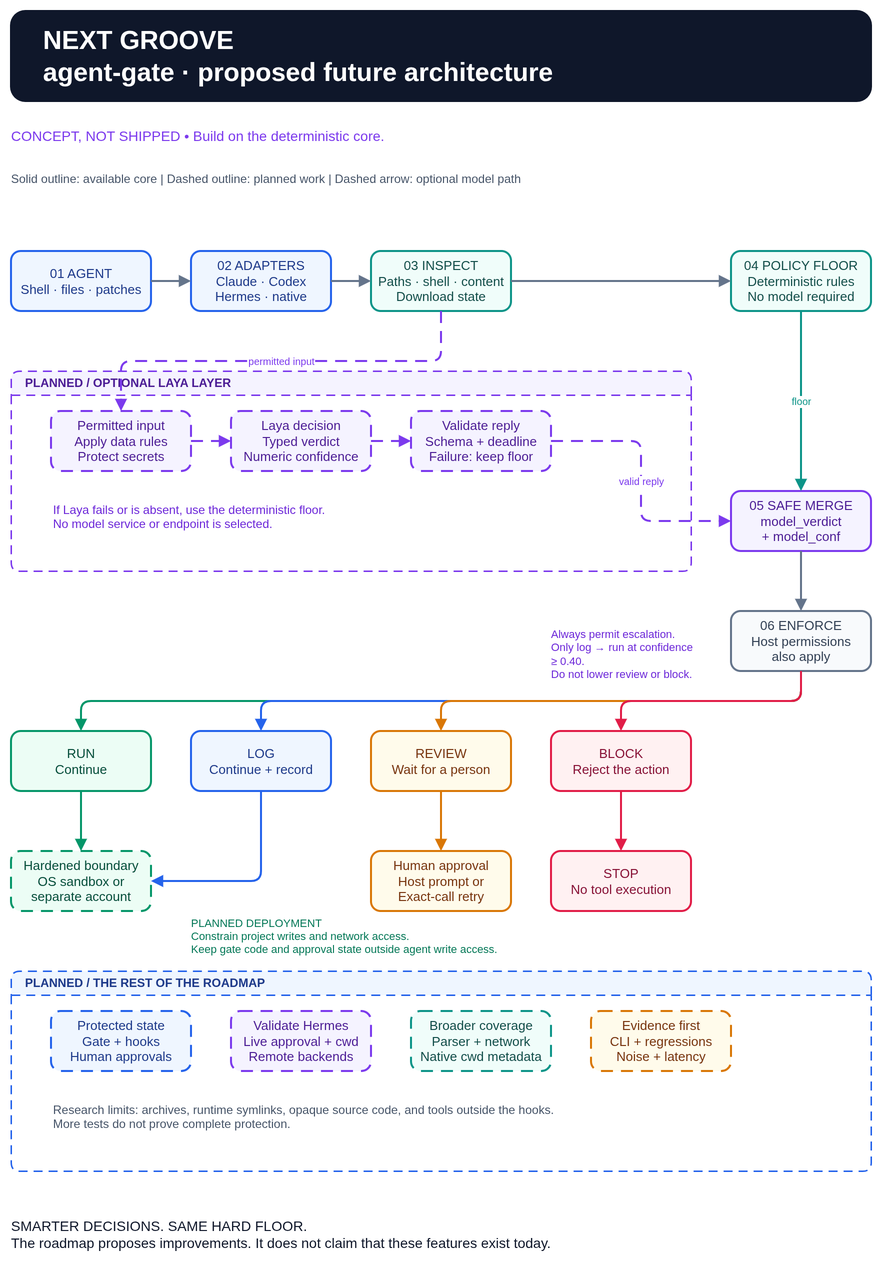
Above: agent-gate-future-state.drawio.png in subhashdasyam/agent-gate (draw.io), before the change. Source tidied: cells renumbered, new cells last; positions are measured from the earlier drawing's top-left corner, leaving out a move shared by most shapes.
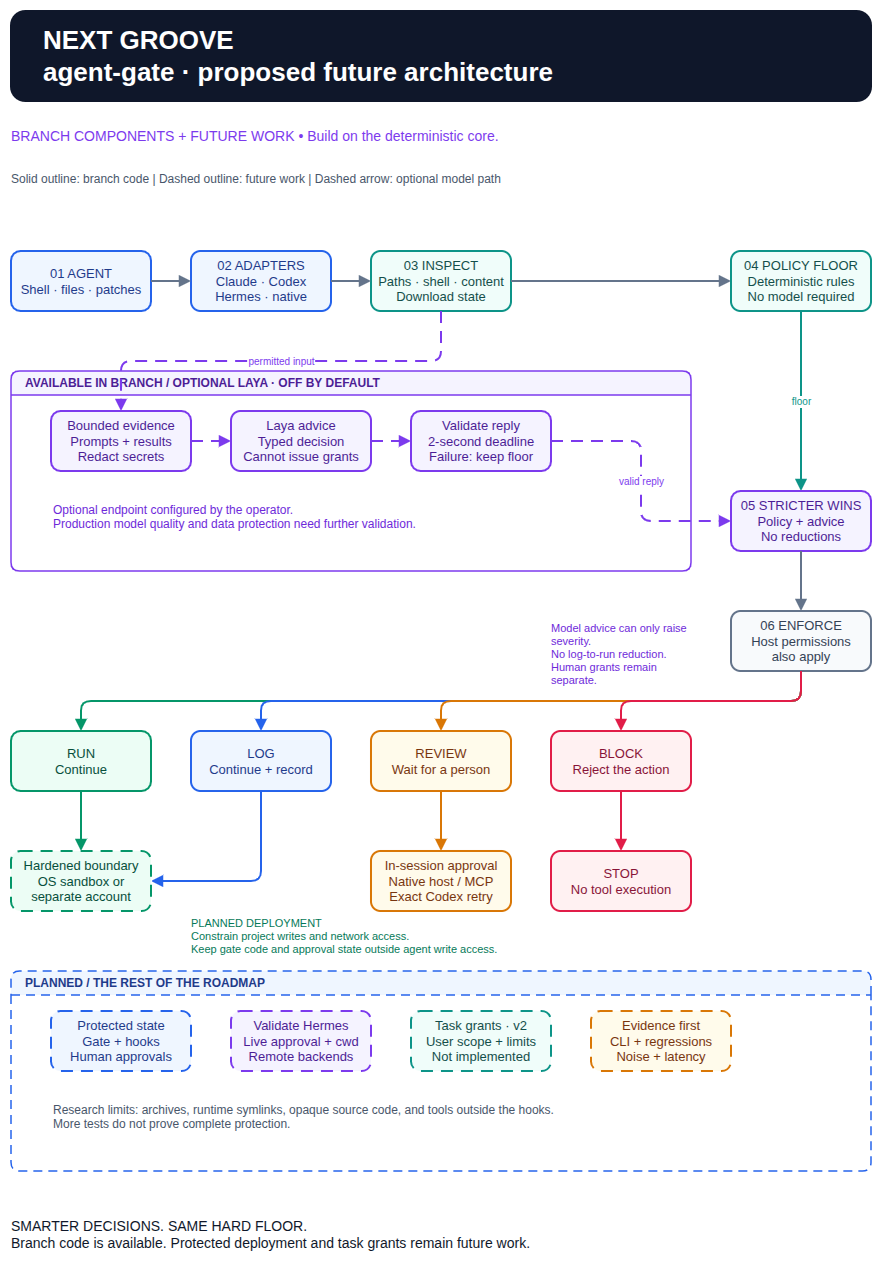
The same diagram one commit later.

The edit, as a diff of the source:
```diff
@@ -5,10 +5,10 @@
     <mxCell id="2" value="NEXT GROOVE&#10;agent-gate · proposed future architecture" style="rounded=1;arcSize=16;whiteSpace=wrap;html=1;fontFamily=Helvetica;fontSize=13;spacing=8;strokeWidth=2;align=center;verticalAlign=middle;fillColor=#0F172A;strokeColor=#0F172A;fontColor=#FFFFFF;fontSize=26;fontStyle=1;align=left;spacingLeft=24;" parent="1" vertex="1">
       <mxGeometry width="860" height="90" as="geometry" />
     </mxCell>
-    <mxCell id="3" value="CONCEPT, NOT SHIPPED  •  Build on the deterministic core." style="text;html=1;whiteSpace=wrap;align=left;verticalAlign=middle;fontFamily=Helvetica;fontSize=14;fontColor=#7C3AED;spacing=0;strokeColor=none;fillColor=none;" parent="1" vertex="1">
+    <mxCell id="3" value="BRANCH COMPONENTS + FUTURE WORK  •  Build on the deterministic core." style="text;html=1;whiteSpace=wrap;align=left;verticalAlign=middle;fontFamily=Helvetica;fontSize=14;fontColor=#7C3AED;spacing=0;strokeColor=none;fillColor=none;" parent="1" vertex="1">
       <mxGeometry y="110" width="860" height="30" as="geometry" />
     </mxCell>
-    <mxCell id="4" value="Solid outline: available core    |    Dashed outline: planned work    |    Dashed arrow: optional model path" style="text;html=1;whiteSpace=wrap;align=left;verticalAlign=middle;fontFamily=Helvetica;fontSize=12;fontColor=#475569;spacing=0;strokeColor=none;fillColor=none;" parent="1" vertex="1">
+    <mxCell id="4" value="Solid outline: branch code    |    Dashed outline: future work    |    Dashed arrow: optional model path" style="text;html=1;whiteSpace=wrap;align=left;verticalAlign=middle;fontFamily=Helvetica;fontSize=12;fontColor=#475569;spacing=0;strokeColor=none;fillColor=none;" parent="1" vertex="1">
       <mxGeometry y="150" width="860" height="35" as="geometry" />
     </mxCell>
     <mxCell id="5" value="01  AGENT&#10;Shell · files · patches" style="rounded=1;arcSize=16;whiteSpace=wrap;html=1;fontFamily=Helvetica;fontSize=13;spacing=8;strokeWidth=2;align=center;verticalAlign=middle;fillColor=#EFF6FF;strokeColor=#2563EB;fontColor=#1E3A8A;" parent="1" vertex="1">
@@ -23,25 +23,25 @@
     <mxCell id="8" value="04  POLICY FLOOR&#10;Deterministic rules&#10;No model required" style="rounded=1;arcSize=16;whiteSpace=wrap;html=1;fontFamily=Helvetica;fontSize=13;spacing=8;strokeWidth=2;align=center;verticalAlign=middle;fillColor=#F0FDFA;strokeColor=#0D9488;fontColor=#134E4A;" parent="1" vertex="1">
       <mxGeometry x="720" y="240" width="140" height="60" as="geometry" />
     </mxCell>
-    <mxCell id="9" value="PLANNED  /  OPTIONAL LAYA LAYER" style="swimlane;startSize=24;horizontal=1;rounded=1;arcSize=12;html=1;fontFamily=Helvetica;fontSize=12;fontStyle=1;align=left;spacingLeft=12;fillColor=#F5F3FF;swimlaneFillColor=#FFFFFF;strokeColor=#7C3AED;fontColor=#4C1D95;strokeWidth=1.5;dashed=1;dashPattern=6 4;" parent="1" vertex="1">
+    <mxCell id="9" value="AVAILABLE IN BRANCH / OPTIONAL LAYA · OFF BY DEFAULT" style="swimlane;startSize=24;horizontal=1;rounded=1;arcSize=12;html=1;fontFamily=Helvetica;fontSize=12;fontStyle=1;align=left;spacingLeft=12;fillColor=#F5F3FF;swimlaneFillColor=#FFFFFF;strokeColor=#7C3AED;fontColor=#4C1D95;strokeWidth=1.5;" parent="1" vertex="1">
       <mxGeometry y="360" width="680" height="200" as="geometry" />
     </mxCell>
-    <mxCell id="10" value="Permitted input&#10;Apply data rules&#10;Protect secrets" style="rounded=1;arcSize=16;whiteSpace=wrap;html=1;fontFamily=Helvetica;fontSize=13;spacing=8;strokeWidth=2;align=center;verticalAlign=middle;fillColor=#F5F3FF;strokeColor=#7C3AED;fontColor=#4C1D95;dashed=1;dashPattern=6 4;" parent="9" vertex="1">
+    <mxCell id="10" value="Bounded evidence&#10;Prompts + results&#10;Redact secrets" style="rounded=1;arcSize=16;whiteSpace=wrap;html=1;fontFamily=Helvetica;fontSize=13;spacing=8;strokeWidth=2;align=center;verticalAlign=middle;fillColor=#F5F3FF;strokeColor=#7C3AED;fontColor=#4C1D95;" parent="9" vertex="1">
       <mxGeometry x="40" y="40" width="140" height="60" as="geometry" />
     </mxCell>
-    <mxCell id="11" value="Laya decision&#10;Typed verdict&#10;Numeric confidence" style="rounded=1;arcSize=16;whiteSpace=wrap;html=1;fontFamily=Helvetica;fontSize=13;spacing=8;strokeWidth=2;align=center;verticalAlign=middle;fillColor=#F5F3FF;strokeColor=#7C3AED;fontColor=#4C1D95;dashed=1;dashPattern=6 4;" parent="9" vertex="1">
+    <mxCell id="11" value="Laya advice&#10;Typed decision&#10;Cannot issue grants" style="rounded=1;arcSize=16;whiteSpace=wrap;html=1;fontFamily=Helvetica;fontSize=13;spacing=8;strokeWidth=2;align=center;verticalAlign=middle;fillColor=#F5F3FF;strokeColor=#7C3AED;fontColor=#4C1D95;" parent="9" vertex="1">
       <mxGeometry x="220" y="40" width="140" height="60" as="geometry" />
     </mxCell>
-    <mxCell id="12" value="Validate reply&#10;Schema + deadline&#10;Failure: keep floor" style="rounded=1;arcSize=16;whiteSpace=wrap;html=1;fontFamily=Helvetica;fontSize=13;spacing=8;strokeWidth=2;align=center;verticalAlign=middle;fillColor=#F5F3FF;strokeColor=#7C3AED;fontColor=#4C1D95;dashed=1;dashPattern=6 4;" parent="9" vertex="1">
+    <mxCell id="12" value="Validate reply&#10;2-second deadline&#10;Failure: keep floor" style="rounded=1;arcSize=16;whiteSpace=wrap;html=1;fontFamily=Helvetica;fontSize=13;spacing=8;strokeWidth=2;align=center;verticalAlign=middle;fillColor=#F5F3FF;strokeColor=#7C3AED;fontColor=#4C1D95;" parent="9" vertex="1">
       <mxGeometry x="400" y="40" width="140" height="60" as="geometry" />
     </mxCell>
-    <mxCell id="13" value="If Laya fails or is absent, use the deterministic floor.&#10;No model service or endpoint is selected." style="text;html=1;whiteSpace=wrap;align=left;fontFamily=Helvetica;fontSize=12;fontColor=#6D28D9;strokeColor=none;fillColor=none;" parent="9" vertex="1">
+    <mxCell id="13" value="Optional endpoint configured by the operator.&#10;Production model quality and data protection need further validation." style="text;html=1;whiteSpace=wrap;align=left;fontFamily=Helvetica;fontSize=12;fontColor=#6D28D9;strokeColor=none;fillColor=none;" parent="9" vertex="1">
       <mxGeometry x="40" y="125" width="580" height="50" as="geometry" />
     </mxCell>
-    <mxCell id="14" value="05  SAFE MERGE&#10;model_verdict&#10;+ model_conf" style="rounded=1;arcSize=16;whiteSpace=wrap;html=1;fontFamily=Helvetica;fontSize=13;spacing=8;strokeWidth=2;align=center;verticalAlign=middle;fillColor=#F5F3FF;strokeColor=#7C3AED;fontColor=#4C1D95;" parent="1" vertex="1">
+    <mxCell id="14" value="05  STRICTER WINS&#10;Policy + advice&#10;No reductions" style="rounded=1;arcSize=16;whiteSpace=wrap;html=1;fontFamily=Helvetica;fontSize=13;spacing=8;strokeWidth=2;align=center;verticalAlign=middle;fillColor=#F5F3FF;strokeColor=#7C3AED;fontColor=#4C1D95;" parent="1" vertex="1">
       <mxGeometry x="720" y="480" width="140" height="60" as="geometry" />
     </mxCell>
-    <mxCell id="15" value="Always permit escalation.&#10;Only log → run at confidence ≥ 0.40.&#10;Do not lower review or block." style="text;html=1;whiteSpace=wrap;align=left;verticalAlign=middle;fontFamily=Helvetica;fontSize=11;fontColor=#6D28D9;spacing=0;strokeColor=none;fillColor=none;" parent="1" vertex="1">
+    <mxCell id="15" value="Model advice can only raise severity.&#10;No log-to-run reduction.&#10;Human grants remain separate." style="text;html=1;whiteSpace=wrap;align=left;verticalAlign=middle;fontFamily=Helvetica;fontSize=11;fontColor=#6D28D9;spacing=0;strokeColor=none;fillColor=none;" parent="1" vertex="1">
       <mxGeometry x="540" y="600" width="140" height="85" as="geometry" />
     </mxCell>
     <mxCell id="16" value="06  ENFORCE&#10;Host permissions&#10;also apply" style="rounded=1;arcSize=16;whiteSpace=wrap;html=1;fontFamily=Helvetica;fontSize=13;spacing=8;strokeWidth=2;align=center;verticalAlign=middle;fillColor=#F8FAFC;strokeColor=#64748B;fontColor=#334155;" parent="1" vertex="1">
@@ -62,7 +62,7 @@
     <mxCell id="21" value="Hardened boundary&#10;OS sandbox or&#10;separate account" style="rounded=1;arcSize=16;whiteSpace=wrap;html=1;fontFamily=Helvetica;fontSize=13;spacing=8;strokeWidth=2;align=center;verticalAlign=middle;fillColor=#ECFDF5;strokeColor=#059669;fontColor=#064E3B;dashed=1;dashPattern=6 4;" parent="1" vertex="1">
       <mxGeometry y="840" width="140" height="60" as="geometry" />
     </mxCell>
-    <mxCell id="22" value="Human approval&#10;Host prompt or&#10;Exact-call retry" style="rounded=1;arcSize=16;whiteSpace=wrap;html=1;fontFamily=Helvetica;fontSize=13;spacing=8;strokeWidth=2;align=center;verticalAlign=middle;fillColor=#FFFBEB;strokeColor=#D97706;fontColor=#78350F;" parent="1" vertex="1">
+    <mxCell id="22" value="In-session approval&#10;Native host / MCP&#10;Exact Codex retry" style="rounded=1;arcSize=16;whiteSpace=wrap;html=1;fontFamily=Helvetica;fontSize=13;spacing=8;strokeWidth=2;align=center;verticalAlign=middle;fillColor=#FFFBEB;strokeColor=#D97706;fontColor=#78350F;" parent="1" vertex="1">
       <mxGeometry x="360" y="840" width="140" height="60" as="geometry" />
     </mxCell>
     <mxCell id="23" value="STOP&#10;No tool execution" style="rounded=1;arcSize=16;whiteSpace=wrap;html=1;fontFamily=Helvetica;fontSize=13;spacing=8;strokeWidth=2;align=center;verticalAlign=middle;fillColor=#FFF1F2;strokeColor=#E11D48;fontColor=#881337;" parent="1" vertex="1">
@@ -80,7 +80,7 @@
     <mxCell id="27" value="Validate Hermes&#10;Live approval + cwd&#10;Remote backends" style="rounded=1;arcSize=16;whiteSpace=wrap;html=1;fontFamily=Helvetica;fontSize=13;spacing=8;strokeWidth=2;align=center;verticalAlign=middle;fillColor=#F5F3FF;strokeColor=#7C3AED;fontColor=#4C1D95;dashed=1;dashPattern=6 4;" parent="25" vertex="1">
       <mxGeometry x="220" y="40" width="140" height="60" as="geometry" />
     </mxCell>
-    <mxCell id="28" value="Broader coverage&#10;Parser + network&#10;Native cwd metadata" style="rounded=1;arcSize=16;whiteSpace=wrap;html=1;fontFamily=Helvetica;fontSize=13;spacing=8;strokeWidth=2;align=center;verticalAlign=middle;fillColor=#F0FDFA;strokeColor=#0D9488;fontColor=#134E4A;dashed=1;dashPattern=6 4;" parent="25" vertex="1">
+    <mxCell id="28" value="Task grants · v2&#10;User scope + limits&#10;Not implemented" style="rounded=1;arcSize=16;whiteSpace=wrap;html=1;fontFamily=Helvetica;fontSize=13;spacing=8;strokeWidth=2;align=center;verticalAlign=middle;fillColor=#F0FDFA;strokeColor=#0D9488;fontColor=#134E4A;dashed=1;dashPattern=6 4;" parent="25" vertex="1">
       <mxGeometry x="400" y="40" width="140" height="60" as="geometry" />
     </mxCell>
     <mxCell id="29" value="Evidence first&#10;CLI + regressions&#10;Noise + latency" style="rounded=1;arcSize=16;whiteSpace=wrap;html=1;fontFamily=Helvetica;fontSize=13;spacing=8;strokeWidth=2;align=center;verticalAlign=middle;fillColor=#FFFBEB;strokeColor=#D97706;fontColor=#78350F;dashed=1;dashPattern=6 4;" parent="25" vertex="1">
@@ -89,7 +89,7 @@
     <mxCell id="30" value="Research limits: archives, runtime symlinks, opaque source code, and tools outside the hooks.&#10;More tests do not prove complete protection." style="text;html=1;whiteSpace=wrap;align=left;fontFamily=Helvetica;fontSize=12;fontColor=#475569;strokeColor=none;fillColor=none;" parent="25" vertex="1">
       <mxGeometry x="40" y="125" width="780" height="50" as="geometry" />
     </mxCell>
-    <mxCell id="31" value="SMARTER DECISIONS. SAME HARD FLOOR.&#10;The roadmap proposes improvements. It does not claim that these features exist today." style="text;html=1;whiteSpace=wrap;align=left;verticalAlign=middle;fontFamily=Helvetica;fontSize=14;fontColor=#0F172A;spacing=0;strokeColor=none;fillColor=none;" parent="1" vertex="1">
+    <mxCell id="31" value="SMARTER DECISIONS. SAME HARD FLOOR.&#10;Branch code is available. Protected deployment and task grants remain future work." style="text;html=1;whiteSpace=wrap;align=left;verticalAlign=middle;fontFamily=Helvetica;fontSize=14;fontColor=#0F172A;spacing=0;strokeColor=none;fillColor=none;" parent="1" vertex="1">
       <mxGeometry y="1190" width="860" height="65" as="geometry" />
     </mxCell>
     <mxCell id="32" style="edgeStyle=orthogonalEdgeStyle;rounded=1;html=1;endArrow=block;endFill=1;endSize=7;strokeWidth=2;strokeColor=#64748B;fontColor=#64748B;fontFamily=Helvetica;fontSize=10;labelBackgroundColor=#FFFFFF;" parent="1" edge="1" source="5" target="6">
```
